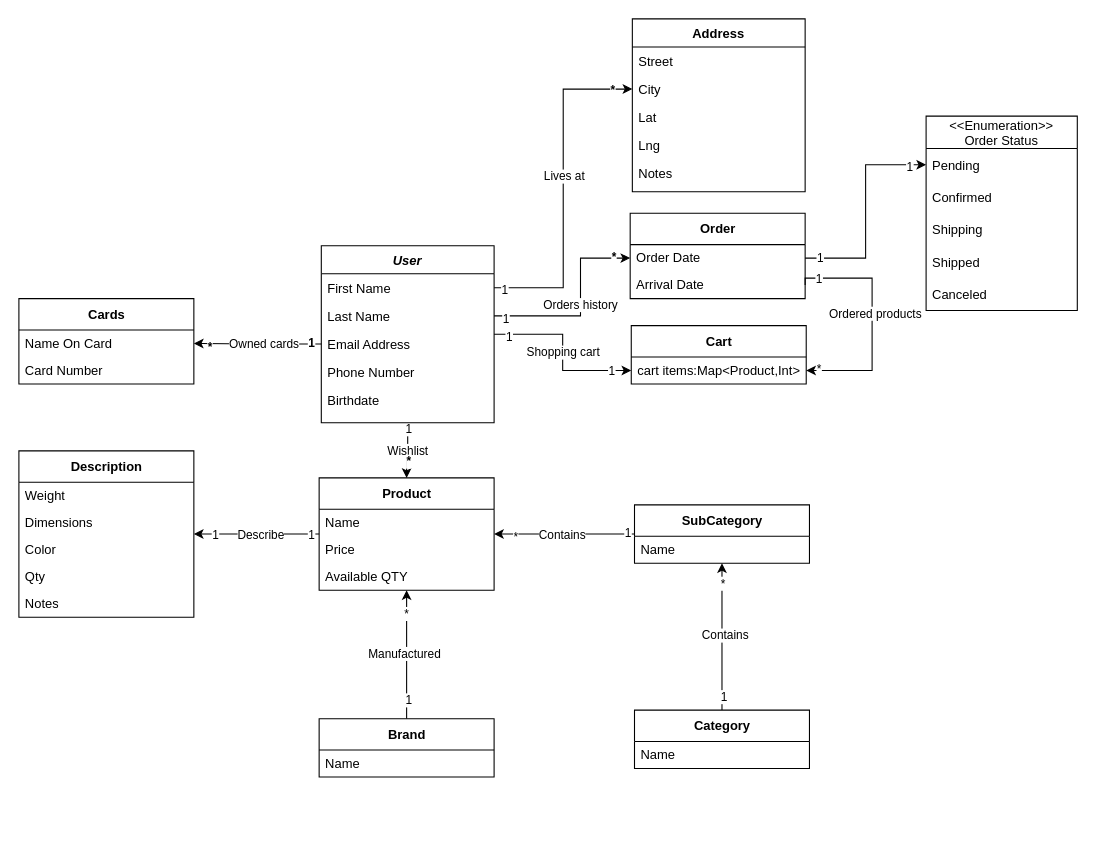
eng-mohamedalmahdy/Tswaq-documentations keeps this draw.io diagram as Taswaq Class diagram.drawio. Above is the earlier version. Source tidied: cells renumbered, new cells numbered last; positions are measured from the earlier drawing's top-left corner, leaving out a move shared by most shapes. Both pictures are drawn from the tidied source at 108%, with x=0, y=0 at pixel (18, 18).
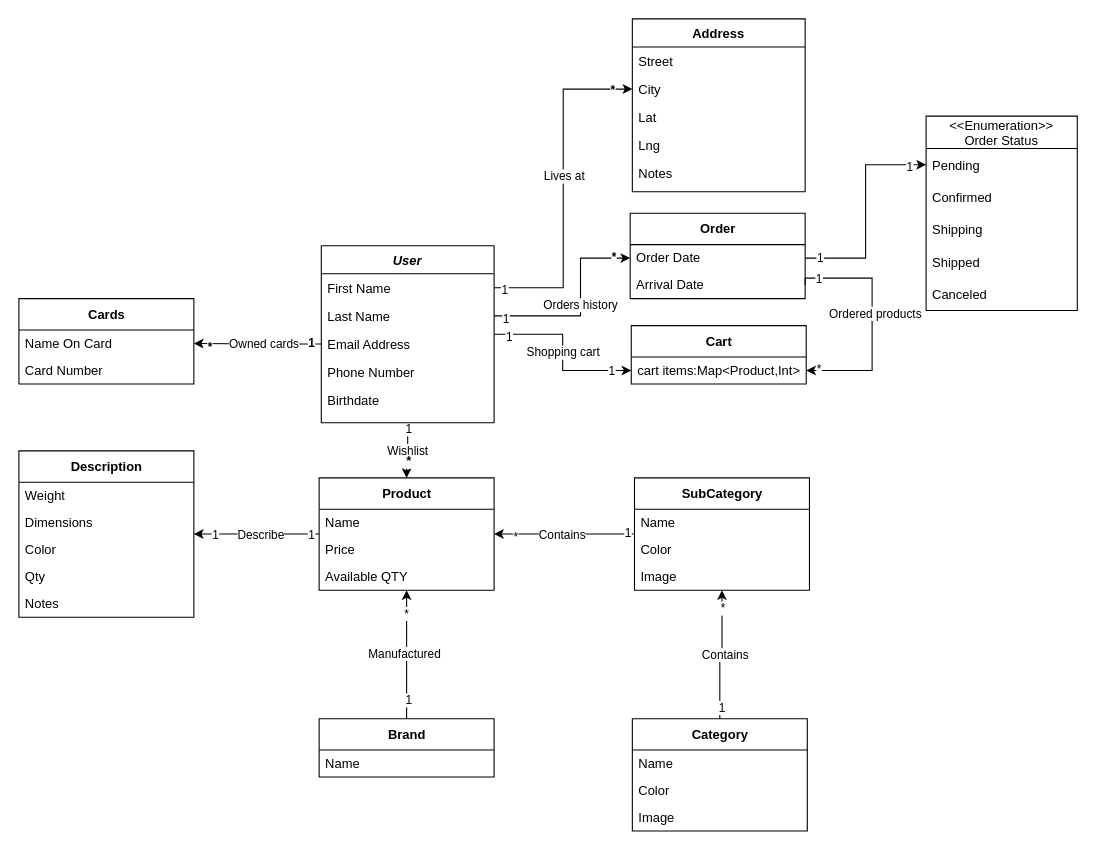
Above is the later version.

Commit message:
Added color and image to category and subcategory

Diff of the diagram source:
```diff
@@
     <mxCell id="64" value="SubCategory" style="swimlane;fontStyle=1;align=center;verticalAlign=middle;horizontal=1;startSize=29;html=1;" parent="1" vertex="1">
-      <mxGeometry x="570" y="450" width="162" height="54" as="geometry" />
+      <mxGeometry x="570" y="425" width="162" height="104" as="geometry" />
     </mxCell>
@@
+    <mxCell id="84" value="Color" style="text;html=1;strokeColor=none;fillColor=none;align=left;verticalAlign=middle;spacingLeft=4;spacingRight=4;overflow=hidden;" parent="64" vertex="1">
+      <mxGeometry y="54" width="162" height="25" as="geometry" />
+    </mxCell>
+    <mxCell id="85" value="Image" style="text;html=1;strokeColor=none;fillColor=none;align=left;verticalAlign=middle;spacingLeft=4;spacingRight=4;overflow=hidden;" parent="64" vertex="1">
+      <mxGeometry y="79" width="162" height="25" as="geometry" />
+    </mxCell>
@@
     <mxCell id="82" value="Category" style="swimlane;fontStyle=1;align=center;verticalAlign=middle;horizontal=1;startSize=29;html=1;" parent="1" vertex="1">
-      <mxGeometry x="570" y="640" width="162" height="54" as="geometry" />
+      <mxGeometry x="568" y="648" width="162" height="104" as="geometry" />
     </mxCell>
@@
+    <mxCell id="86" value="Color" style="text;html=1;strokeColor=none;fillColor=none;align=left;verticalAlign=middle;spacingLeft=4;spacingRight=4;overflow=hidden;" parent="82" vertex="1">
+      <mxGeometry y="54" width="162" height="25" as="geometry" />
+    </mxCell>
+    <mxCell id="87" value="Image" style="text;html=1;strokeColor=none;fillColor=none;align=left;verticalAlign=middle;spacingLeft=4;spacingRight=4;overflow=hidden;" parent="82" vertex="1">
+      <mxGeometry y="79" width="162" height="25" as="geometry" />
+    </mxCell>
```
